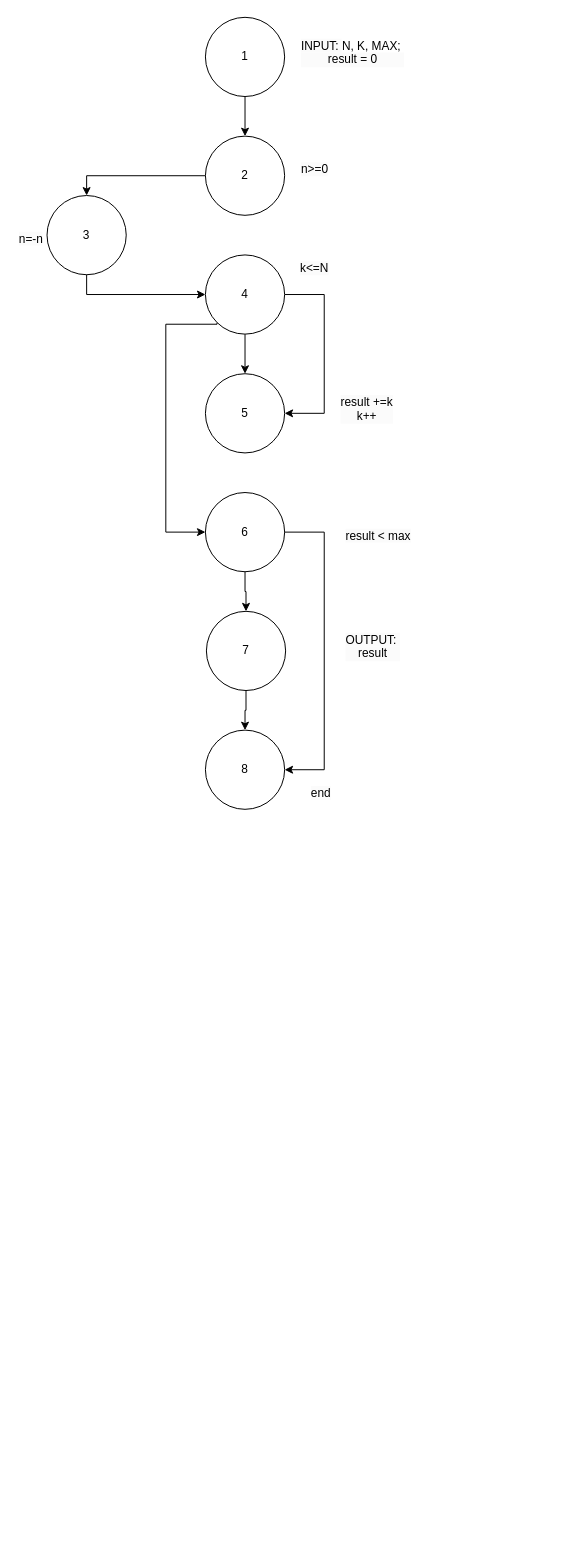
Above: 未命名绘图.drawio in kumoSleeping/doc (draw.io), before the change. Source tidied: cells renumbered, new cells numbered last; positions are measured from the earlier drawing's top-left corner, leaving out a move shared by most shapes. Both pictures are drawn from the tidied source at 99%, with x=0, y=0 at pixel (17, 17).
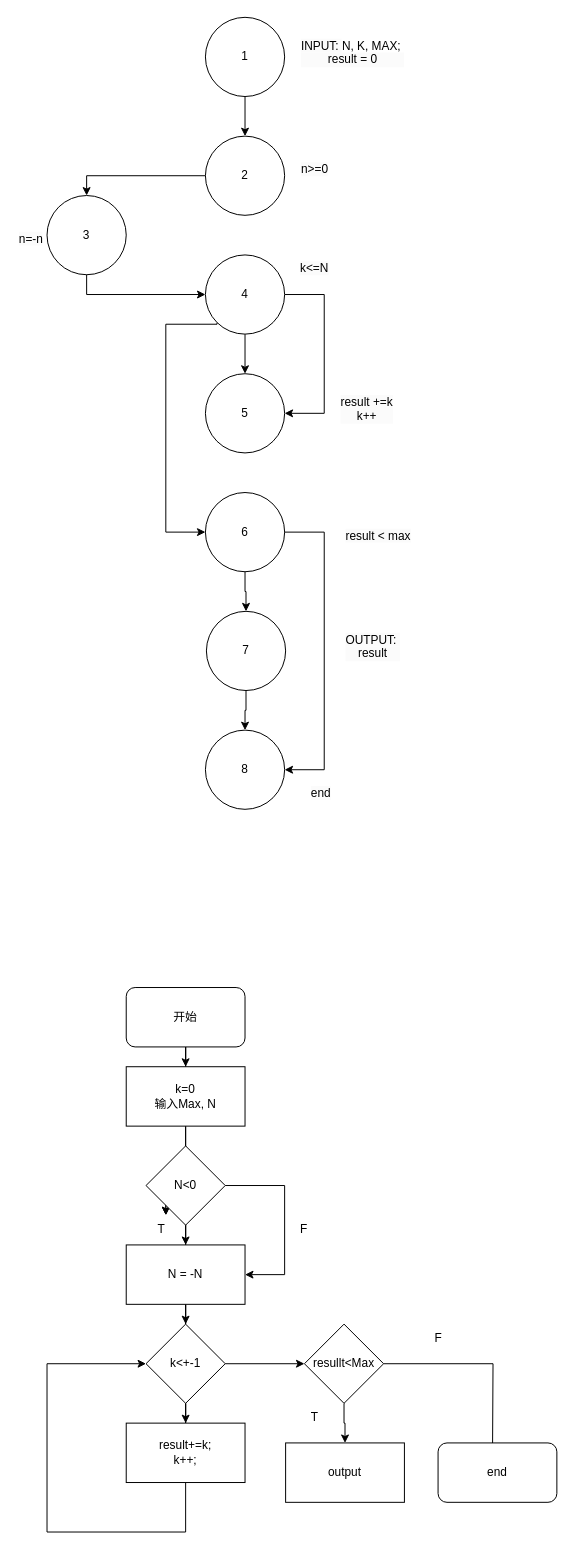
The same diagram, later.

Commit message:
更新未命名绘图.drawio

The edit, as a diff of the source:
```diff
@@
+    <mxCell id="27" style="edgeStyle=orthogonalEdgeStyle;rounded=0;jettySize=auto;html=1;entryX=0.5;entryY=0;entryDx=0;entryDy=0;" parent="1" edge="1" source="28" target="31">
+      <mxGeometry relative="1" as="geometry" />
+    </mxCell>
+    <mxCell id="28" value="开始" style="rounded=1;whiteSpace=wrap;html=1;" parent="1" vertex="1">
+      <mxGeometry x="110" y="980" width="120" height="60" as="geometry" />
+    </mxCell>
+    <mxCell id="29" style="edgeStyle=orthogonalEdgeStyle;rounded=0;jettySize=auto;html=1;" parent="1" edge="1" source="31" target="36">
+      <mxGeometry relative="1" as="geometry" />
+    </mxCell>
+    <mxCell id="30" style="edgeStyle=orthogonalEdgeStyle;rounded=0;jettySize=auto;html=1;" parent="1" edge="1" source="31" target="36">
+      <mxGeometry relative="1" as="geometry" />
+    </mxCell>
+    <mxCell id="31" value="k=0&lt;br&gt;输入Max, N" style="rounded=0;whiteSpace=wrap;html=1;" parent="1" vertex="1">
+      <mxGeometry x="110" y="1060" width="120" height="60" as="geometry" />
+    </mxCell>
+    <mxCell id="32" style="edgeStyle=orthogonalEdgeStyle;rounded=0;jettySize=auto;html=1;" parent="1" edge="1" source="33" target="35">
+      <mxGeometry relative="1" as="geometry" />
+    </mxCell>
+    <mxCell id="33" value="N&amp;lt;0" style="rhombus;whiteSpace=wrap;html=1;" parent="1" vertex="1">
+      <mxGeometry x="130" y="1140" width="80" height="80" as="geometry" />
+    </mxCell>
+    <mxCell id="34" style="edgeStyle=orthogonalEdgeStyle;rounded=0;jettySize=auto;html=1;" parent="1" edge="1" source="35" target="39">
+      <mxGeometry relative="1" as="geometry" />
+    </mxCell>
+    <mxCell id="35" value="N = -N" style="rounded=0;whiteSpace=wrap;html=1;" parent="1" vertex="1">
+      <mxGeometry x="110" y="1240" width="120" height="60" as="geometry" />
+    </mxCell>
+    <mxCell id="36" value="T" style="text;whiteSpace=wrap;html=1;" parent="1" vertex="1">
+      <mxGeometry x="140" y="1210" width="20" height="30" as="geometry" />
+    </mxCell>
+    <mxCell id="37" style="edgeStyle=orthogonalEdgeStyle;rounded=0;jettySize=auto;html=1;" parent="1" edge="1" source="39" target="41">
+      <mxGeometry relative="1" as="geometry" />
+    </mxCell>
+    <mxCell id="38" style="edgeStyle=orthogonalEdgeStyle;rounded=0;jettySize=auto;html=1;" parent="1" edge="1" source="39" target="44">
+      <mxGeometry relative="1" as="geometry" />
+    </mxCell>
+    <mxCell id="39" value="k&amp;lt;+-1" style="rhombus;whiteSpace=wrap;html=1;" parent="1" vertex="1">
+      <mxGeometry x="130" y="1320" width="80" height="80" as="geometry" />
+    </mxCell>
+    <mxCell id="40" style="edgeStyle=orthogonalEdgeStyle;rounded=0;jettySize=auto;html=1;entryX=0;entryY=0.5;entryDx=0;entryDy=0;" parent="1" edge="1" source="41" target="39">
+      <mxGeometry relative="1" as="geometry">
+        <Array as="points">
+          <mxPoint x="170" y="1530" />
+          <mxPoint x="30" y="1530" />
+          <mxPoint x="30" y="1360" />
+        </Array>
+      </mxGeometry>
+    </mxCell>
+    <mxCell id="41" value="result+=k;&lt;div&gt;k++;&lt;/div&gt;" style="whiteSpace=wrap;html=1;" parent="1" vertex="1">
+      <mxGeometry x="110" y="1420" width="120" height="60" as="geometry" />
+    </mxCell>
+    <mxCell id="42" style="edgeStyle=orthogonalEdgeStyle;rounded=0;jettySize=auto;html=1;" parent="1" edge="1" source="44">
+      <mxGeometry relative="1" as="geometry">
+        <mxPoint x="480" y="1450" as="targetPoint" />
+      </mxGeometry>
+    </mxCell>
+    <mxCell id="43" style="edgeStyle=orthogonalEdgeStyle;rounded=0;jettySize=auto;html=1;" parent="1" edge="1" source="44" target="46">
+      <mxGeometry relative="1" as="geometry" />
+    </mxCell>
+    <mxCell id="44" value="resullt&amp;lt;Max" style="rhombus;whiteSpace=wrap;html=1;" parent="1" vertex="1">
+      <mxGeometry x="290" y="1320" width="80" height="80" as="geometry" />
+    </mxCell>
+    <mxCell id="45" value="end" style="rounded=1;whiteSpace=wrap;html=1;" parent="1" vertex="1">
+      <mxGeometry x="425" y="1440" width="120" height="60" as="geometry" />
+    </mxCell>
+    <mxCell id="46" value="output" style="whiteSpace=wrap;html=1;" parent="1" vertex="1">
+      <mxGeometry x="271" y="1440" width="120" height="60" as="geometry" />
+    </mxCell>
+    <mxCell id="47" style="endArrow=classic;html=1;rounded=0;exitX=1;exitY=0.5;exitDx=0;exitDy=0;entryX=1;entryY=0.5;entryDx=0;entryDy=0;" parent="1" edge="1" source="33" target="35">
+      <mxGeometry relative="1" as="geometry">
+        <Array as="points">
+          <mxPoint x="270" y="1180" />
+          <mxPoint x="270" y="1270" />
+        </Array>
+      </mxGeometry>
+    </mxCell>
+    <mxCell id="48" value="F" style="text;whiteSpace=wrap;html=1;" parent="1" vertex="1">
+      <mxGeometry x="284" y="1210" width="20" height="30" as="geometry" />
+    </mxCell>
+    <mxCell id="49" value="T" style="text;whiteSpace=wrap;html=1;" parent="1" vertex="1">
+      <mxGeometry x="295" y="1400" width="20" height="30" as="geometry" />
+    </mxCell>
+    <mxCell id="50" value="F" style="text;html=1;align=center;verticalAlign=middle;strokeColor=none;fillColor=none;" parent="1" vertex="1">
+      <mxGeometry x="410" y="1320" width="30" height="30" as="geometry" />
+    </mxCell>
```
